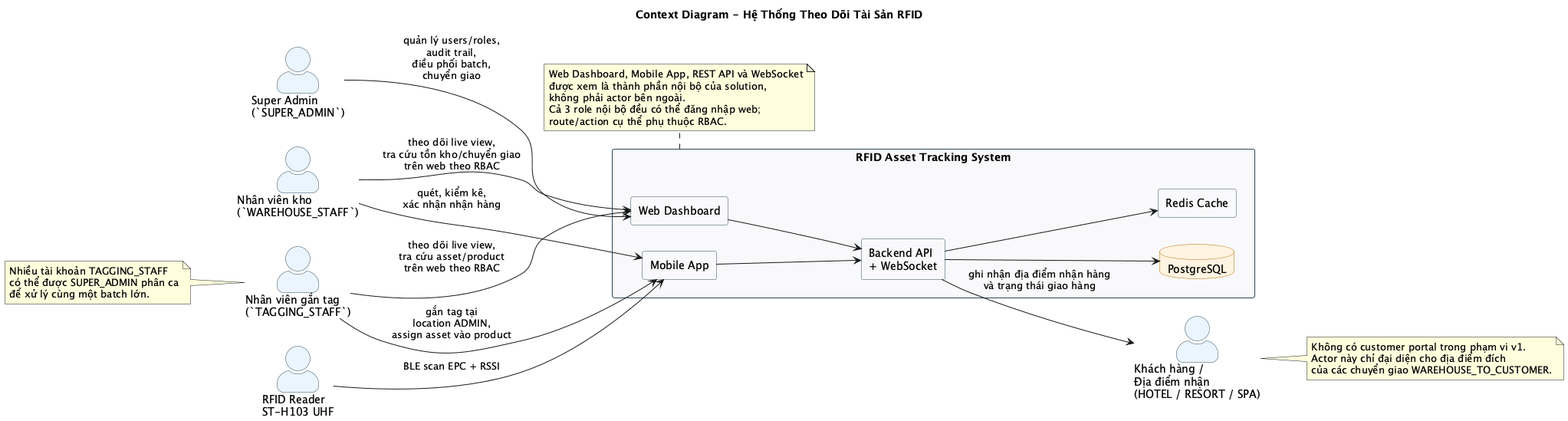
The PlantUML diagram docs/images/diagrams/rfid-context-diagram.png in Tuoi-SE/rfid-app, before a commit.
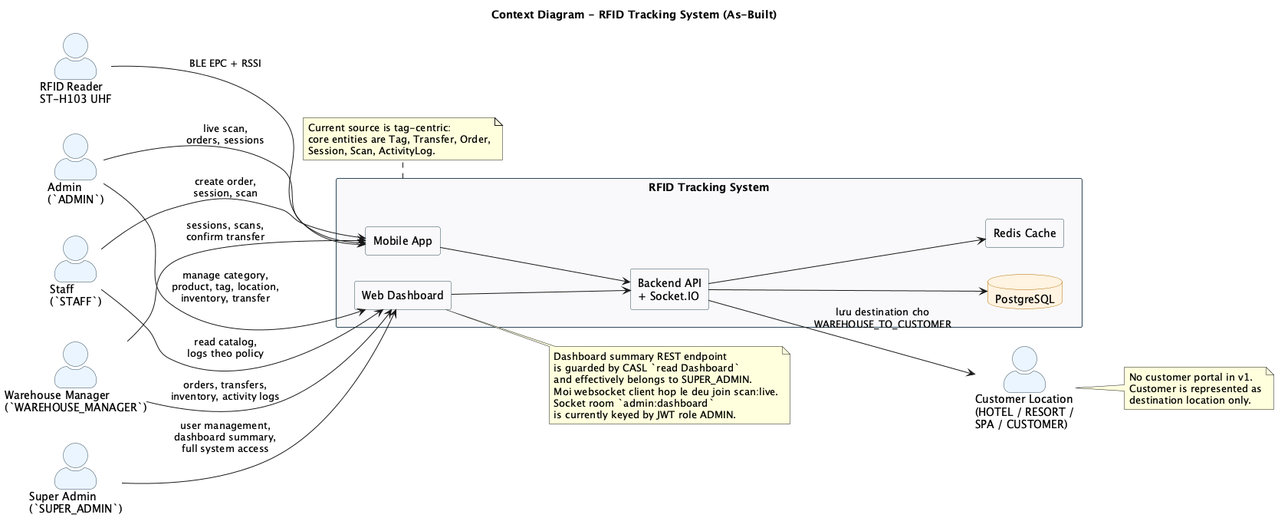
Later version of the same file.

Change to the diagram source:
```diff
@@ -1,5 +1,5 @@
 @startuml
-title Context Diagram - Hệ Thống Theo Dõi Tài Sản RFID
+title Context Diagram - RFID Tracking System (As-Built)
 
 left to right direction
 skinparam shadowing false
@@ -22,15 +22,16 @@
 }
 
 actor "Super Admin\n(`SUPER_ADMIN`)" as SA
-actor "Nhân viên gắn tag\n(`TAGGING_STAFF`)" as TS
-actor "Nhân viên kho\n(`WAREHOUSE_STAFF`)" as WS
+actor "Admin\n(`ADMIN`)" as AD
+actor "Warehouse Manager\n(`WAREHOUSE_MANAGER`)" as WM
+actor "Staff\n(`STAFF`)" as ST
 actor "RFID Reader\nST-H103 UHF" as Reader
-actor "Khách hàng /\nĐịa điểm nhận\n(HOTEL / RESORT / SPA)" as Customer
+actor "Customer Location\n(HOTEL / RESORT /\nSPA / CUSTOMER)" as Customer
 
-rectangle "RFID Asset Tracking System" as System {
+rectangle "RFID Tracking System" as System {
   rectangle "Web Dashboard" as Web
   rectangle "Mobile App" as Mobile
-  rectangle "Backend API\n+ WebSocket" as API
+  rectangle "Backend API\n+ Socket.IO" as API
   database "PostgreSQL" as DB
   rectangle "Redis Cache" as Redis
 
@@ -40,32 +41,35 @@
   API --> Redis
 }
 
-SA --> Web : quản lý users/roles,\naudit trail,\nđiều phối batch,\nchuyển giao
-TS --> Web : theo dõi live view,\ntra cứu asset/product\ntrên web theo RBAC
-WS --> Web : theo dõi live view,\ntra cứu tồn kho/chuyển giao\ntrên web theo RBAC
-TS --> Mobile : gắn tag tại\nlocation ADMIN,\nassign asset vào product
-WS --> Mobile : quét, kiểm kê,\nxác nhận nhận hàng
-Reader --> Mobile : BLE scan EPC + RSSI
-API --> Customer : ghi nhận địa điểm nhận hàng\nvà trạng thái giao hàng
+SA --> Web : user management,\ndashboard summary,\nfull system access
+AD --> Web : manage category,\nproduct, tag, location,\ninventory, transfer
+AD --> Mobile : live scan,\norders, sessions
+WM --> Web : orders, transfers,\ninventory, activity logs
+WM --> Mobile : sessions, scans,\nconfirm transfer
+ST --> Web : read catalog,\nlogs theo policy
+ST --> Mobile : create order,\nsession, scan
+Reader --> Mobile : BLE EPC + RSSI
+API --> Customer : lưu destination cho\nWAREHOUSE_TO_CUSTOMER
 
 note bottom of System
-Web Dashboard, Mobile App, REST API và WebSocket
-được xem là thành phần nội bộ của solution,
-không phải actor bên ngoài.
-Cả 3 role nội bộ đều có thể đăng nhập web;
-route/action cụ thể phụ thuộc RBAC.
+Current source is tag-centric:
+core entities are Tag, Transfer, Order,
+Session, Scan, ActivityLog.
 end note
 
-note left of TS
-Nhiều tài khoản TAGGING_STAFF
-có thể được SUPER_ADMIN phân ca
-để xử lý cùng một batch lớn.
+note right of Web
+Dashboard summary REST endpoint
+is guarded by CASL `read Dashboard`
+and effectively belongs to SUPER_ADMIN.
+Moi websocket client hop le deu join scan:live.
+Socket room `admin:dashboard`
+is currently keyed by JWT role ADMIN.
 end note
 
 note right of Customer
-Không có customer portal trong phạm vi v1.
-Actor này chỉ đại diện cho địa điểm đích
-của các chuyển giao WAREHOUSE_TO_CUSTOMER.
+No customer portal in v1.
+Customer is represented as
+destination location only.
 end note
 
 @enduml
```
